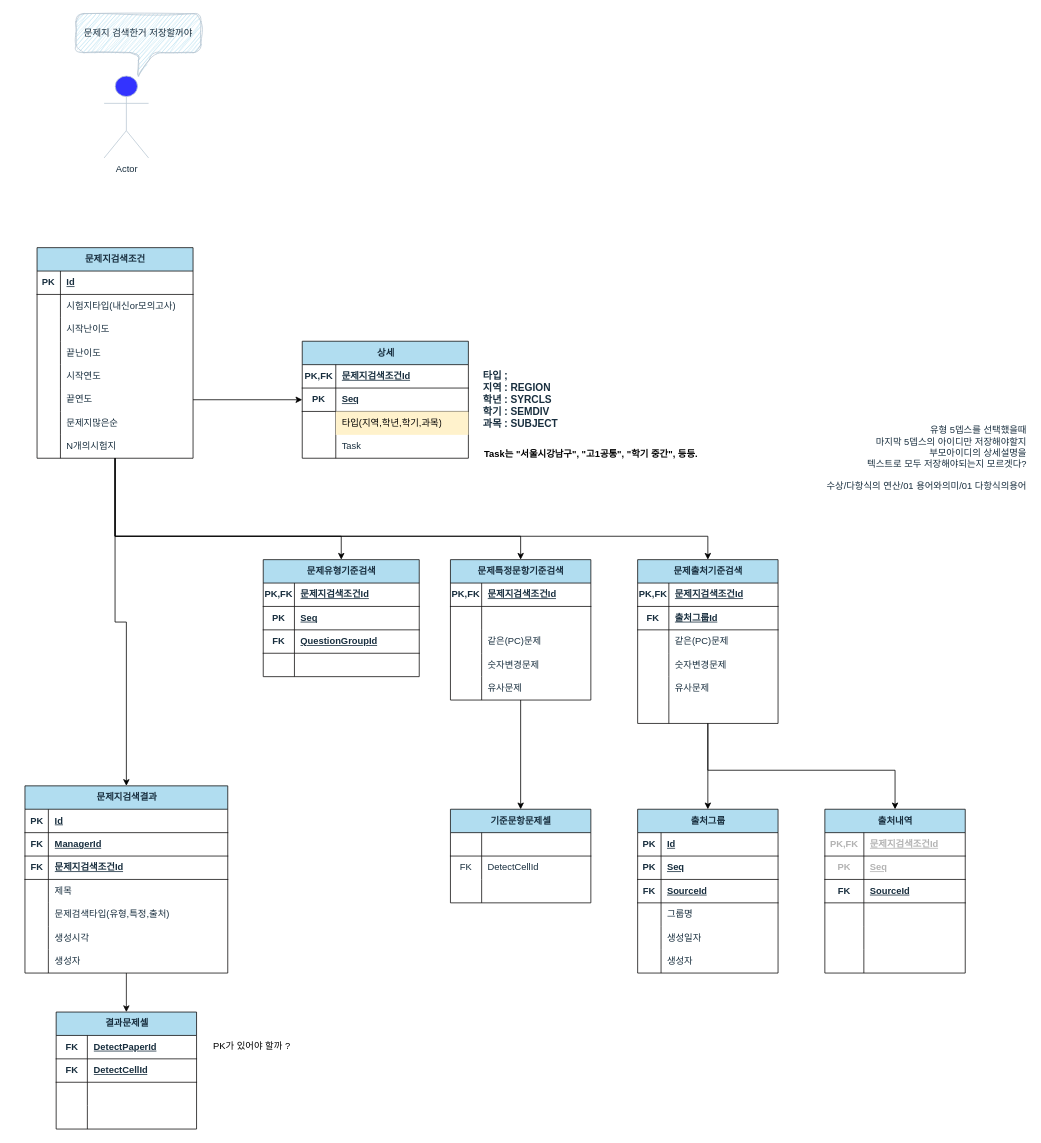
Earlier version of the draw.io diagram 문제지 검색.drawio (hyeonzx/Search-ExamPaper). Source tidied: cells renumbered, new cells numbered last; positions are measured from the earlier drawing's top-left corner, leaving out a move shared by most shapes. Both pictures are drawn from the tidied source at 78%, with x=0, y=0 at pixel (24, 13).
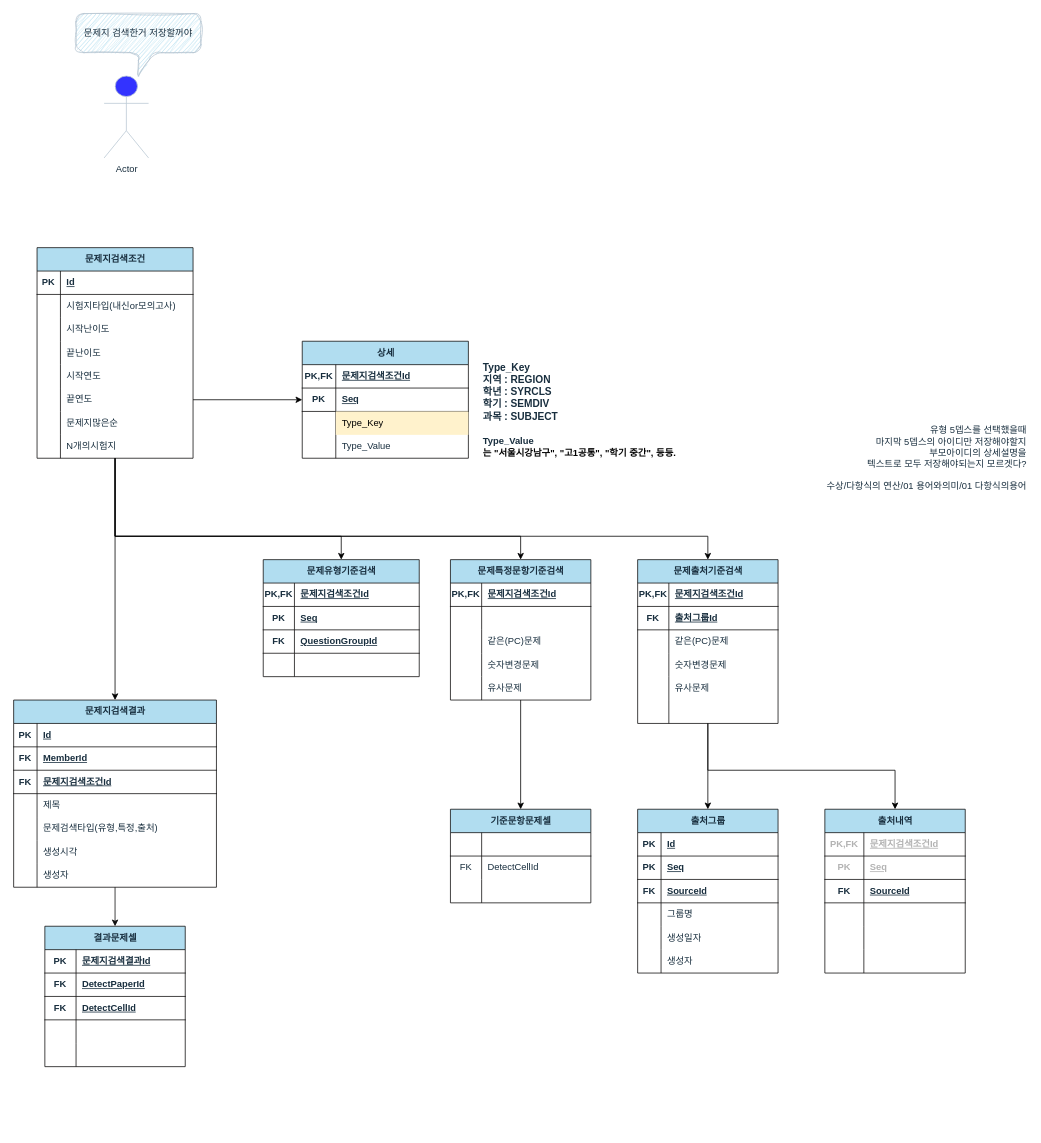
Above is the later version.

Commit message (it also covers changes not shown here):
문제지 검색.drawio 업데이트

Unchanged cells that the change refers to:
```xml
<mxCell id="3" style="shape=tableRow;horizontal=0;startSize=0;swimlaneHead=0;swimlaneBody=0;fillColor=none;top=0;left=0;right=0;bottom=1;hachureGap=4;fontFamily=Helvetica;labelBackgroundColor=none;strokeColor=#100f0f;fontColor=#182E3E;rounded=0;" parent="2" vertex="1">
  <mxGeometry y="30" width="180" height="30" as="geometry" />
</mxCell>
<mxCell id="54" style="shape=tableRow;horizontal=0;startSize=0;swimlaneHead=0;swimlaneBody=0;fillColor=none;top=0;left=0;right=0;bottom=1;hachureGap=4;fontFamily=Helvetica;labelBackgroundColor=none;strokeColor=#100f0f;fontColor=#182E3E;rounded=0;" parent="50" vertex="1">
  <mxGeometry y="60" width="260" height="30" as="geometry" />
</mxCell>
<mxCell id="147" style="shape=tableRow;horizontal=0;startSize=0;swimlaneHead=0;swimlaneBody=0;fillColor=none;top=0;left=0;right=0;bottom=0;hachureGap=4;fontFamily=Helvetica;labelBackgroundColor=none;strokeColor=#100f0f;fontColor=#182E3E;rounded=0;" parent="140" vertex="1">
  <mxGeometry y="90" width="213" height="30" as="geometry" />
</mxCell>
<mxCell id="150" style="shape=tableRow;horizontal=0;startSize=0;swimlaneHead=0;swimlaneBody=0;fillColor=none;top=0;left=0;right=0;bottom=0;hachureGap=4;fontFamily=Helvetica;labelBackgroundColor=none;strokeColor=#100f0f;fontColor=#182E3E;rounded=0;" parent="140" vertex="1">
  <mxGeometry y="120" width="213" height="30" as="geometry" />
</mxCell>
```

Change to the diagram source:
```diff
@@
     <mxCell id="2" value="결과문제셀" style="shape=table;startSize=30;childLayout=tableLayout;rowLines=0;fontStyle=1;align=center;html=1;hachureGap=4;fontFamily=Helvetica;swimlaneLine=1;labelBackgroundColor=none;fillColor=#B1DDF0;strokeColor=#100f0f;fontColor=#182E3E;rounded=0;" parent="1" vertex="1">
-      <mxGeometry x="40.5" y="1280" width="180" height="150" as="geometry" />
+      <mxGeometry x="26" y="1170" width="180" height="180" as="geometry" />
     </mxCell>
@@
-    <mxCell id="4" value="FK" style="shape=partialRectangle;fillColor=none;top=0;left=0;bottom=0;right=0;fontStyle=1;overflow=hidden;whiteSpace=wrap;html=1;hachureGap=4;fontFamily=Helvetica;labelBackgroundColor=none;strokeColor=#100f0f;fontColor=#182E3E;rounded=0;" parent="3" vertex="1">
+    <mxCell id="4" value="PK" style="shape=partialRectangle;fillColor=none;top=0;left=0;bottom=0;right=0;fontStyle=1;overflow=hidden;whiteSpace=wrap;html=1;hachureGap=4;fontFamily=Helvetica;labelBackgroundColor=none;strokeColor=#100f0f;fontColor=#182E3E;rounded=0;" parent="3" vertex="1">
       <mxGeometry width="40" height="30" as="geometry" />
     </mxCell>
-    <mxCell id="5" value="DetectPaperId" style="shape=partialRectangle;fillColor=none;top=0;left=0;bottom=0;right=0;align=left;spacingLeft=6;fontStyle=5;overflow=hidden;whiteSpace=wrap;html=1;hachureGap=4;fontFamily=Helvetica;labelBackgroundColor=none;strokeColor=#100f0f;fontColor=#182E3E;rounded=0;" parent="3" vertex="1">
+    <mxCell id="5" value="문제지검색결과Id" style="shape=partialRectangle;fillColor=none;top=0;left=0;bottom=0;right=0;align=left;spacingLeft=6;fontStyle=5;overflow=hidden;whiteSpace=wrap;html=1;hachureGap=4;fontFamily=Helvetica;labelBackgroundColor=none;strokeColor=#100f0f;fontColor=#182E3E;rounded=0;" parent="3" vertex="1">
       <mxGeometry x="40" width="140" height="30" as="geometry" />
     </mxCell>
+    <mxCell id="186" style="shape=tableRow;horizontal=0;startSize=0;swimlaneHead=0;swimlaneBody=0;fillColor=none;top=0;left=0;right=0;bottom=1;hachureGap=4;fontFamily=Helvetica;labelBackgroundColor=none;strokeColor=#100f0f;fontColor=#182E3E;rounded=0;" parent="2" vertex="1">
+      <mxGeometry y="60" width="180" height="30" as="geometry" />
+    </mxCell>
+    <mxCell id="187" value="FK" style="shape=partialRectangle;fillColor=none;top=0;left=0;bottom=0;right=0;fontStyle=1;overflow=hidden;whiteSpace=wrap;html=1;hachureGap=4;fontFamily=Helvetica;labelBackgroundColor=none;strokeColor=#100f0f;fontColor=#182E3E;rounded=0;" parent="186" vertex="1">
+      <mxGeometry width="40" height="30" as="geometry" />
+    </mxCell>
+    <mxCell id="188" value="DetectPaperId" style="shape=partialRectangle;fillColor=none;top=0;left=0;bottom=0;right=0;align=left;spacingLeft=6;fontStyle=5;overflow=hidden;whiteSpace=wrap;html=1;hachureGap=4;fontFamily=Helvetica;labelBackgroundColor=none;strokeColor=#100f0f;fontColor=#182E3E;rounded=0;" parent="186" vertex="1">
+      <mxGeometry x="40" width="140" height="30" as="geometry" />
+    </mxCell>
     <mxCell id="6" style="shape=tableRow;horizontal=0;startSize=0;swimlaneHead=0;swimlaneBody=0;fillColor=none;top=0;left=0;right=0;bottom=1;hachureGap=4;fontFamily=Helvetica;labelBackgroundColor=none;strokeColor=#100f0f;fontColor=#182E3E;rounded=0;" parent="2" vertex="1">
-      <mxGeometry y="60" width="180" height="30" as="geometry" />
+      <mxGeometry y="90" width="180" height="30" as="geometry" />
     </mxCell>
@@
     <mxCell id="9" style="shape=tableRow;horizontal=0;startSize=0;swimlaneHead=0;swimlaneBody=0;fillColor=none;top=0;left=0;right=0;bottom=0;hachureGap=4;fontFamily=Helvetica;labelBackgroundColor=none;strokeColor=#100f0f;fontColor=#182E3E;rounded=0;" parent="2" vertex="1">
-      <mxGeometry y="90" width="180" height="30" as="geometry" />
+      <mxGeometry y="120" width="180" height="30" as="geometry" />
     </mxCell>
@@
     <mxCell id="12" style="shape=tableRow;horizontal=0;startSize=0;swimlaneHead=0;swimlaneBody=0;fillColor=none;top=0;left=0;right=0;bottom=0;hachureGap=4;fontFamily=Helvetica;labelBackgroundColor=none;strokeColor=#100f0f;fontColor=#182E3E;rounded=0;" parent="2" vertex="1">
-      <mxGeometry y="120" width="180" height="30" as="geometry" />
+      <mxGeometry y="150" width="180" height="30" as="geometry" />
     </mxCell>
@@
     <mxCell id="50" value="문제지검색결과" style="shape=table;startSize=30;childLayout=tableLayout;rowLines=0;fontStyle=1;align=center;html=1;hachureGap=4;fontFamily=Helvetica;swimlaneLine=1;labelBackgroundColor=none;fillColor=#B1DDF0;strokeColor=#100f0f;fontColor=#182E3E;rounded=0;" parent="1" vertex="1">
-      <mxGeometry x="0.5" y="990" width="260" height="240" as="geometry" />
+      <mxGeometry x="-14" y="880" width="260" height="240" as="geometry" />
     </mxCell>
@@
-    <mxCell id="56" value="ManagerId" style="shape=partialRectangle;fillColor=none;top=0;left=0;bottom=0;right=0;align=left;spacingLeft=6;fontStyle=5;overflow=hidden;whiteSpace=wrap;html=1;hachureGap=4;fontFamily=Helvetica;labelBackgroundColor=none;strokeColor=#100f0f;fontColor=#182E3E;rounded=0;" parent="54" vertex="1">
+    <mxCell id="56" value="MemberId" style="shape=partialRectangle;fillColor=none;top=0;left=0;bottom=0;right=0;align=left;spacingLeft=6;fontStyle=5;overflow=hidden;whiteSpace=wrap;html=1;hachureGap=4;fontFamily=Helvetica;labelBackgroundColor=none;strokeColor=#100f0f;fontColor=#182E3E;rounded=0;" parent="54" vertex="1">
       <mxGeometry x="30" width="230" height="30" as="geometry" />
     </mxCell>
@@
-    <mxCell id="149" value="타입(지역,학년,학기,과목)" style="shape=partialRectangle;fillColor=#fff2cc;top=0;left=0;bottom=0;right=0;align=left;spacingLeft=6;overflow=hidden;whiteSpace=wrap;html=1;hachureGap=4;fontFamily=Helvetica;labelBackgroundColor=none;strokeColor=#d6b656;rounded=0;" parent="147" vertex="1">
+    <mxCell id="149" value="Type_Key" style="shape=partialRectangle;fillColor=#fff2cc;top=0;left=0;bottom=0;right=0;align=left;spacingLeft=6;overflow=hidden;whiteSpace=wrap;html=1;hachureGap=4;fontFamily=Helvetica;labelBackgroundColor=none;strokeColor=#d6b656;rounded=0;" parent="147" vertex="1">
       <mxGeometry x="43" width="170" height="30" as="geometry" />
     </mxCell>
@@
-    <mxCell id="152" value="Task" style="shape=partialRectangle;fillColor=none;top=0;left=0;bottom=0;right=0;align=left;spacingLeft=6;overflow=hidden;whiteSpace=wrap;html=1;hachureGap=4;fontFamily=Helvetica;labelBackgroundColor=none;strokeColor=#100f0f;fontColor=#182E3E;rounded=0;" parent="150" vertex="1">
+    <mxCell id="152" value="Type_Value" style="shape=partialRectangle;fillColor=none;top=0;left=0;bottom=0;right=0;align=left;spacingLeft=6;overflow=hidden;whiteSpace=wrap;html=1;hachureGap=4;fontFamily=Helvetica;labelBackgroundColor=none;strokeColor=#100f0f;fontColor=#182E3E;rounded=0;" parent="150" vertex="1">
       <mxGeometry x="43" width="170" height="30" as="geometry" />
     </mxCell>
@@
-    <mxCell id="157" value="타입 ;&lt;div style=&quot;font-size: 13px;&quot;&gt;지역 : REGION&lt;/div&gt;&lt;div style=&quot;font-size: 13px;&quot;&gt;학년 :&amp;nbsp;&lt;span style=&quot;background-color: initial; font-size: 13px;&quot;&gt;SYRCLS&lt;/span&gt;&lt;/div&gt;&lt;div style=&quot;font-size: 13px;&quot;&gt;학기 :&amp;nbsp;&lt;span style=&quot;background-color: initial; font-size: 13px;&quot;&gt;SEMDIV&lt;/span&gt;&lt;/div&gt;&lt;div style=&quot;font-size: 13px;&quot;&gt;과목 : SUBJECT&lt;/div&gt;" style="text;html=1;align=left;verticalAlign=middle;strokeColor=none;fillColor=none;fontColor=#182E3E;fontSize=13;fontStyle=1;" parent="1" vertex="1">
-      <mxGeometry x="586" y="450" width="120" height="90" as="geometry" />
+    <mxCell id="157" value="&lt;div style=&quot;font-size: 13px;&quot;&gt;Type_Key&lt;/div&gt;&lt;div style=&quot;font-size: 13px;&quot;&gt;지역 : REGION&lt;/div&gt;&lt;div style=&quot;font-size: 13px;&quot;&gt;학년 :&amp;nbsp;&lt;span style=&quot;background-color: initial; font-size: 13px;&quot;&gt;SYRCLS&lt;/span&gt;&lt;/div&gt;&lt;div style=&quot;font-size: 13px;&quot;&gt;학기 :&amp;nbsp;&lt;span style=&quot;background-color: initial; font-size: 13px;&quot;&gt;SEMDIV&lt;/span&gt;&lt;/div&gt;&lt;div style=&quot;font-size: 13px;&quot;&gt;과목 : SUBJECT&lt;/div&gt;" style="text;html=1;align=left;verticalAlign=middle;strokeColor=none;fillColor=none;fontColor=#182E3E;fontSize=13;fontStyle=1;" parent="1" vertex="1">
+      <mxGeometry x="586" y="440" width="120" height="90" as="geometry" />
     </mxCell>
@@
-    <mxCell id="184" value="Task는 &quot;서울시강남구&quot;, &quot;고1공통&quot;, &quot;학기 중간&quot;, 등등." style="text;html=1;align=center;verticalAlign=middle;strokeColor=none;fillColor=none;fontStyle=1;" parent="1" vertex="1">
-      <mxGeometry x="576" y="550" width="300" height="30" as="geometry" />
+    <mxCell id="184" value="&lt;span style=&quot;color: rgb(24, 46, 62); text-wrap: wrap;&quot;&gt;Type_Value&lt;/span&gt;는 &quot;서울시강남구&quot;, &quot;고1공통&quot;, &quot;학기 중간&quot;, 등등." style="text;html=1;align=left;verticalAlign=middle;strokeColor=none;fillColor=none;fontStyle=1;" parent="1" vertex="1">
+      <mxGeometry x="586" y="540" width="340" height="30" as="geometry" />
     </mxCell>
-    <mxCell id="185" value="PK가 있어야 할까 ?" style="text;html=1;align=center;verticalAlign=middle;strokeColor=none;fillColor=none;" parent="1" vertex="1">
-      <mxGeometry x="226" y="1309" width="130" height="30" as="geometry" />
-    </mxCell>
```
